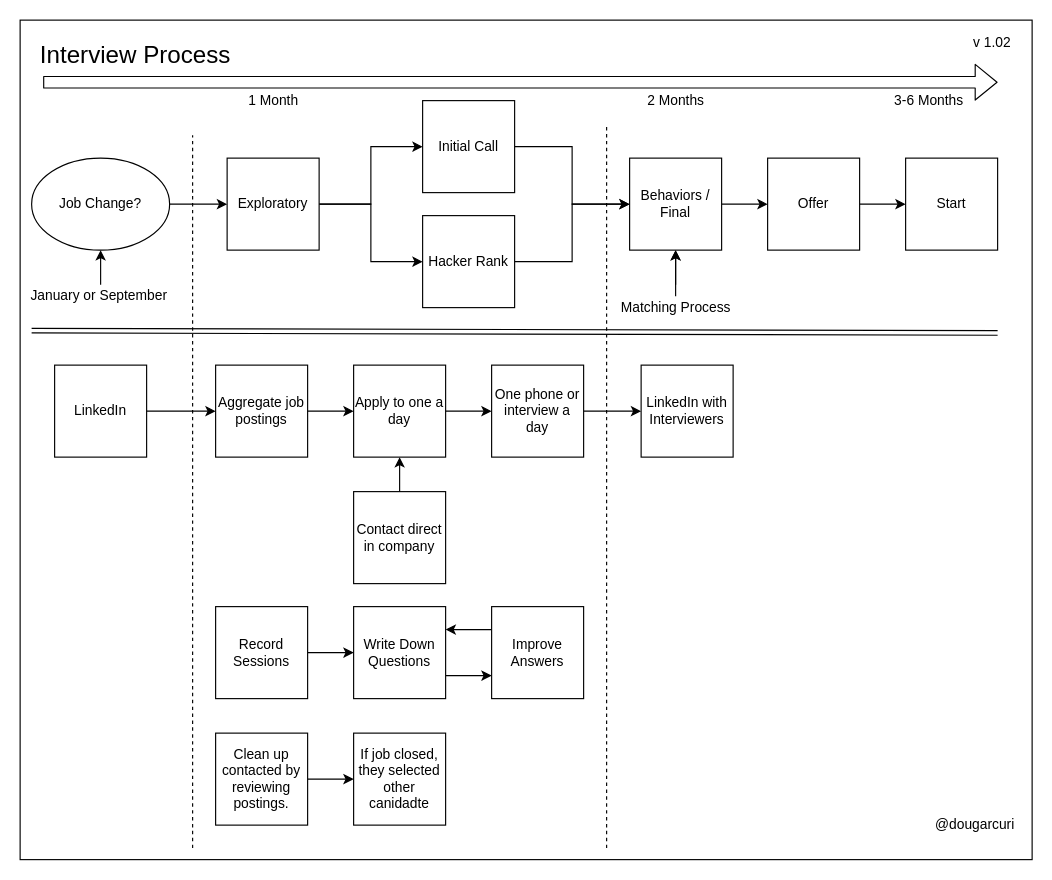
solidi/learning-notes keeps this draw.io diagram as interviews/diagrams/interviewing-process.drawio. Above is the earlier version. Source tidied: cells renumbered, new cells numbered last; positions are measured from the earlier drawing's top-left corner, leaving out a move shared by most shapes. Both pictures are drawn from the tidied source at 115%, with x=0, y=0 at pixel (20, 20).
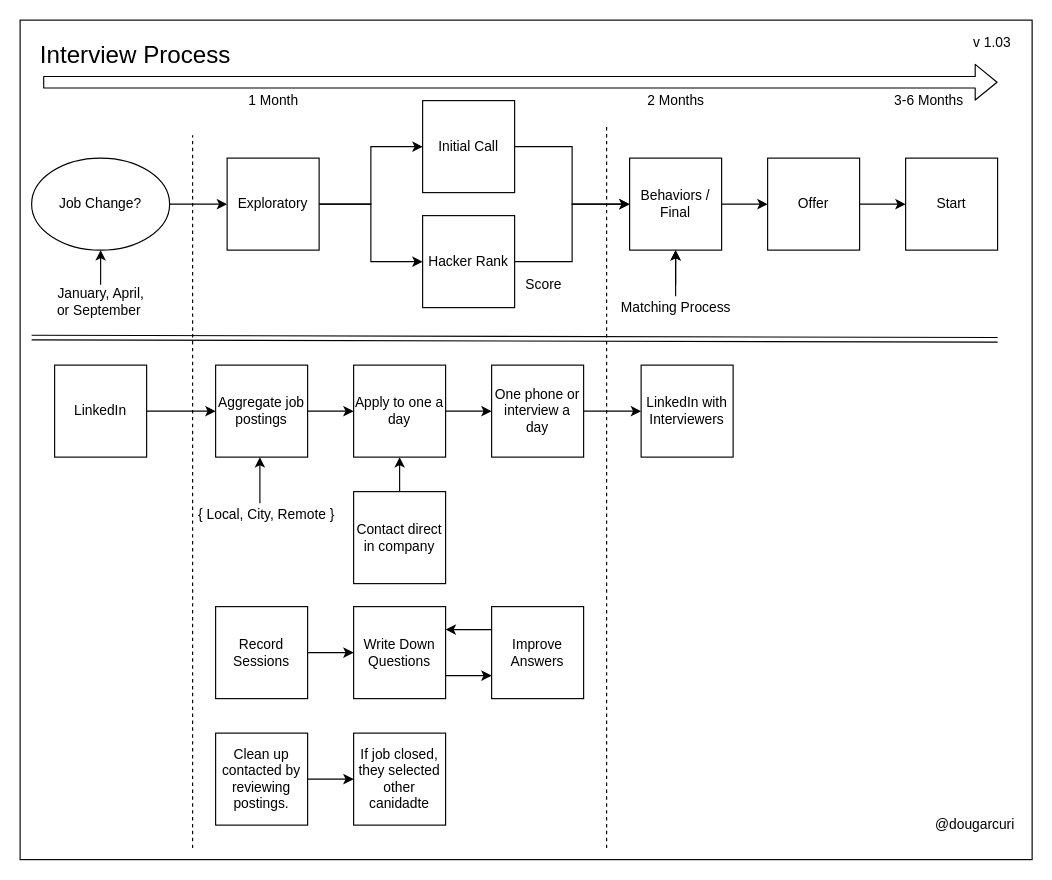
Above is the later version.

Commit message (it also covers changes not shown here):
Add update to interview process

Diff of the diagram source:
```diff
@@
     <mxCell id="20" style="shape=link;html=1;" parent="1" edge="1">
       <mxGeometry relative="1" as="geometry">
-        <mxPoint x="10" y="270" as="sourcePoint" />
-        <mxPoint x="850" y="272" as="targetPoint" />
+        <mxPoint x="10" y="276" as="sourcePoint" />
+        <mxPoint x="850" y="278" as="targetPoint" />
       </mxGeometry>
     </mxCell>
@@
-    <mxCell id="47" value="January or September&amp;nbsp;" style="text;html=1;align=center;verticalAlign=middle;" parent="1" vertex="1">
-      <mxGeometry y="230" width="140" height="20" as="geometry" />
+    <mxCell id="47" value="January, April, &lt;br&gt;or September&amp;nbsp;" style="text;html=1;align=center;verticalAlign=middle;" parent="1" vertex="1">
+      <mxGeometry x="25" y="230" width="90" height="30" as="geometry" />
     </mxCell>
@@
-    <mxCell id="51" value="v 1.02" style="text;html=1;align=center;verticalAlign=middle;" parent="1" vertex="1">
+    <mxCell id="51" value="v 1.03" style="text;html=1;align=center;verticalAlign=middle;" parent="1" vertex="1">
       <mxGeometry x="820" y="10" width="50" height="20" as="geometry" />
     </mxCell>
+    <mxCell id="52" style="endArrow=classic;html=1;" parent="1" edge="1">
+      <mxGeometry relative="1" as="geometry">
+        <mxPoint x="208.5" y="420" as="sourcePoint" />
+        <mxPoint x="208.5" y="380" as="targetPoint" />
+      </mxGeometry>
+    </mxCell>
+    <mxCell id="53" value="{ Local, City, Remote }" style="text;html=1;align=center;verticalAlign=middle;" parent="1" vertex="1">
+      <mxGeometry x="149" y="420" width="130" height="20" as="geometry" />
+    </mxCell>
+    <mxCell id="54" value="Score" style="text;html=1;align=center;verticalAlign=middle;" parent="1" vertex="1">
+      <mxGeometry x="430" y="220" width="50" height="20" as="geometry" />
+    </mxCell>
```
